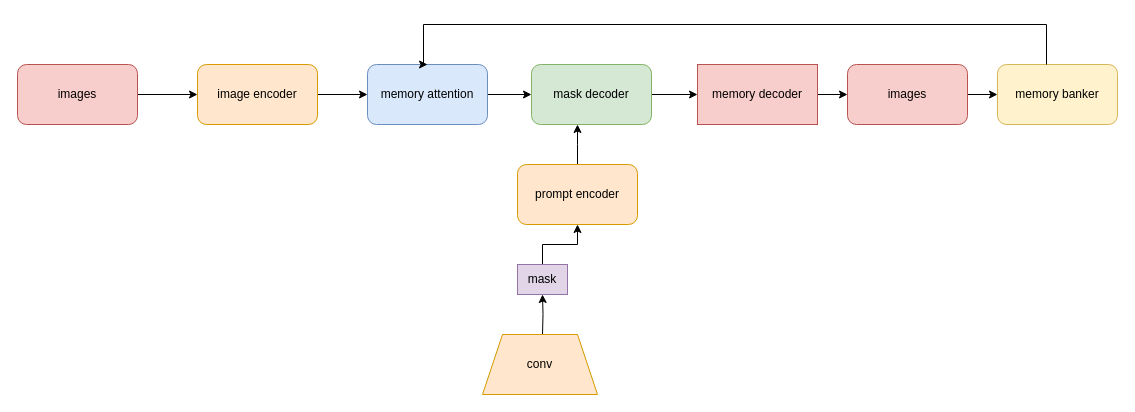
Earlier version of the draw.io diagram sam.drawio (lyc202001/keyan). Source tidied: cells renumbered, new cells numbered last; positions are measured from the earlier drawing's top-left corner, leaving out a move shared by most shapes. Both pictures are drawn from the tidied source at 100%, with x=0, y=0 at pixel (17, 24).
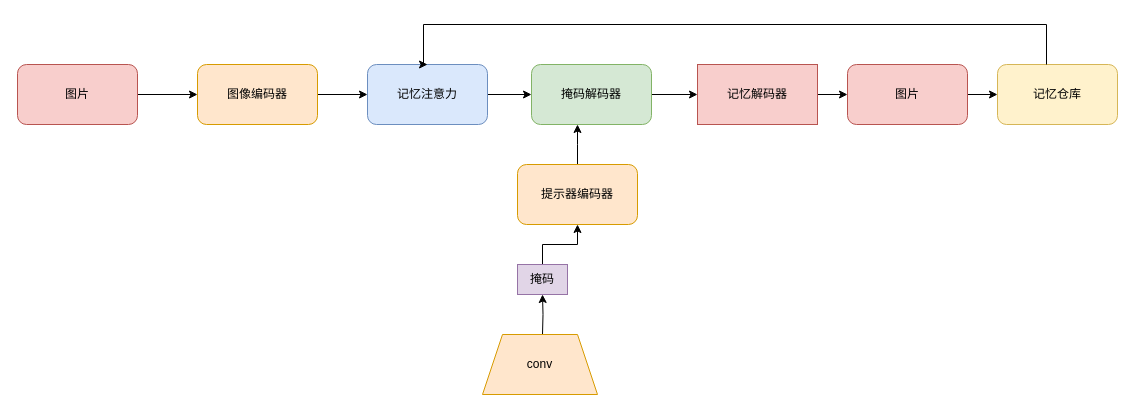
The same diagram, later.

The edit, as a diff of the source:
```diff
@@
-    <mxCell id="3" value="image encoder" style="rounded=1;whiteSpace=wrap;html=1;fillColor=#ffe6cc;strokeColor=#d79b00;" parent="1" vertex="1">
+    <mxCell id="3" value="图像编码器" style="rounded=1;whiteSpace=wrap;html=1;fillColor=#ffe6cc;strokeColor=#d79b00;" parent="1" vertex="1">
       <mxGeometry x="180" y="40" width="120" height="60" as="geometry" />
     </mxCell>
@@
-    <mxCell id="7" value="mask decoder" style="rounded=1;whiteSpace=wrap;html=1;fillColor=#d5e8d4;strokeColor=#82b366;" parent="1" vertex="1">
+    <mxCell id="7" value="掩码解码器" style="rounded=1;whiteSpace=wrap;html=1;fillColor=#d5e8d4;strokeColor=#82b366;" parent="1" vertex="1">
       <mxGeometry x="514" y="40" width="120" height="60" as="geometry" />
     </mxCell>
@@
-    <mxCell id="9" value="prompt encoder" style="rounded=1;whiteSpace=wrap;html=1;fillColor=#ffe6cc;strokeColor=#d79b00;" parent="1" vertex="1">
+    <mxCell id="9" value="提示器编码器" style="rounded=1;whiteSpace=wrap;html=1;fillColor=#ffe6cc;strokeColor=#d79b00;" parent="1" vertex="1">
       <mxGeometry x="500" y="140" width="120" height="60" as="geometry" />
     </mxCell>
@@
-    <mxCell id="11" value="memory attention" style="rounded=1;whiteSpace=wrap;html=1;fillColor=#dae8fc;strokeColor=#6c8ebf;" parent="1" vertex="1">
+    <mxCell id="11" value="记忆注意力" style="rounded=1;whiteSpace=wrap;html=1;fillColor=#dae8fc;strokeColor=#6c8ebf;" parent="1" vertex="1">
       <mxGeometry x="350" y="40" width="120" height="60" as="geometry" />
     </mxCell>
@@
-    <mxCell id="13" value="memory decoder" style="rounded=0;whiteSpace=wrap;html=1;fillColor=#f8cecc;strokeColor=#b85450;" parent="1" vertex="1">
+    <mxCell id="13" value="记忆解码器" style="rounded=0;whiteSpace=wrap;html=1;fillColor=#f8cecc;strokeColor=#b85450;" parent="1" vertex="1">
       <mxGeometry x="680" y="40" width="120" height="60" as="geometry" />
     </mxCell>
-    <mxCell id="14" value="memory banker" style="rounded=1;whiteSpace=wrap;html=1;fillColor=#fff2cc;strokeColor=#d6b656;" parent="1" vertex="1">
+    <mxCell id="14" value="记忆仓库" style="rounded=1;whiteSpace=wrap;html=1;fillColor=#fff2cc;strokeColor=#d6b656;" parent="1" vertex="1">
       <mxGeometry x="980" y="40" width="120" height="60" as="geometry" />
     </mxCell>
@@
-    <mxCell id="16" value="images" style="rounded=1;whiteSpace=wrap;html=1;fillColor=#f8cecc;strokeColor=#b85450;" parent="1" vertex="1">
+    <mxCell id="16" value="图片" style="rounded=1;whiteSpace=wrap;html=1;fillColor=#f8cecc;strokeColor=#b85450;" parent="1" vertex="1">
       <mxGeometry y="40" width="120" height="60" as="geometry" />
     </mxCell>
@@
-    <mxCell id="18" value="mask" style="rounded=0;whiteSpace=wrap;html=1;fillColor=#e1d5e7;strokeColor=#9673a6;" parent="1" vertex="1">
+    <mxCell id="18" value="掩码" style="rounded=0;whiteSpace=wrap;html=1;fillColor=#e1d5e7;strokeColor=#9673a6;" parent="1" vertex="1">
       <mxGeometry x="500" y="240" width="50" height="30" as="geometry" />
     </mxCell>
@@
-    <mxCell id="20" value="images" style="rounded=1;whiteSpace=wrap;html=1;fillColor=#f8cecc;strokeColor=#b85450;" parent="1" vertex="1">
+    <mxCell id="20" value="图片" style="rounded=1;whiteSpace=wrap;html=1;fillColor=#f8cecc;strokeColor=#b85450;" parent="1" vertex="1">
       <mxGeometry x="830" y="40" width="120" height="60" as="geometry" />
     </mxCell>
```
